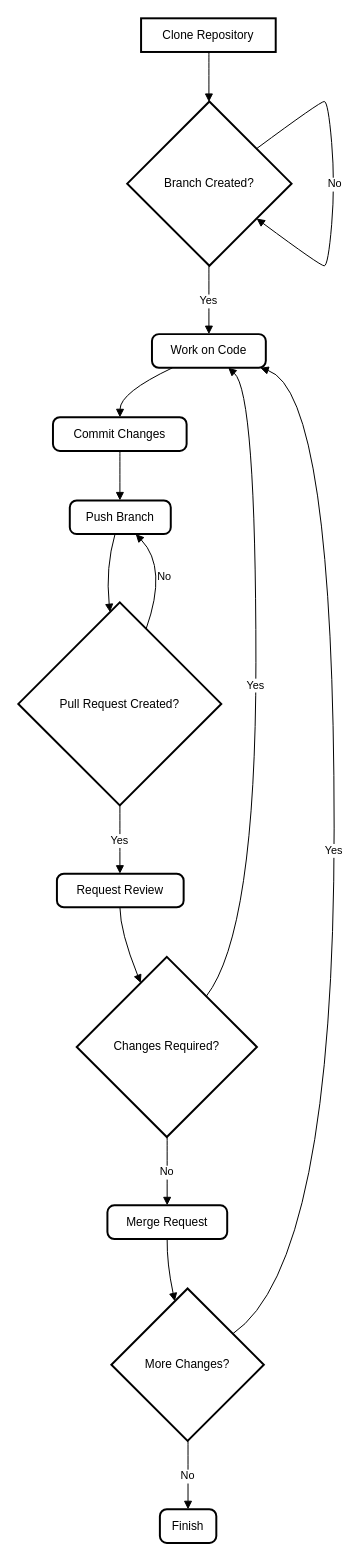
Before: Untitled Diagram.drawio in gauravsfdcdev/Test-branch, a draw.io diagram. Source tidied: cells renumbered, new cells numbered last; positions are measured from the earlier drawing's top-left corner, leaving out a move shared by most shapes. Both pictures are drawn from the tidied source at 99%, with x=0, y=0 at pixel (18, 18).
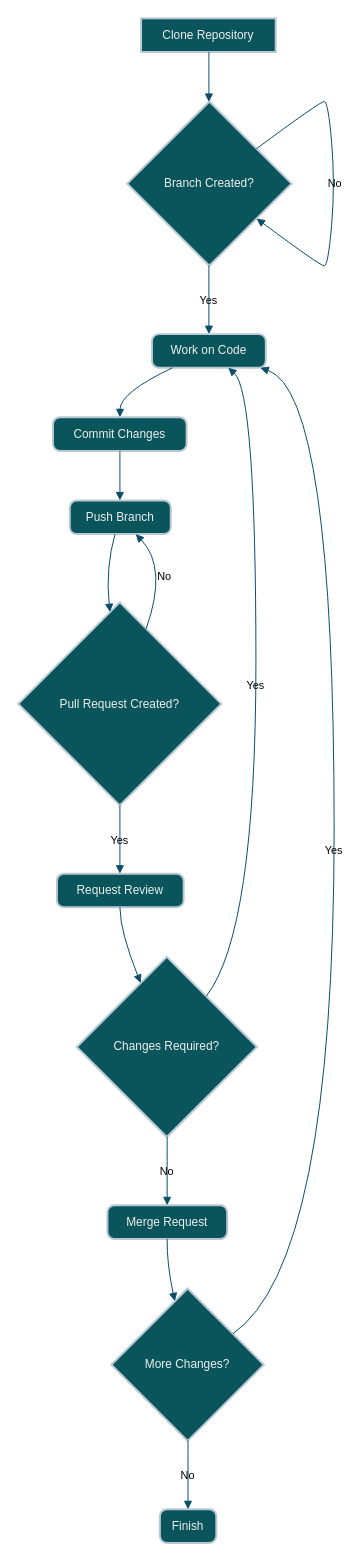
The same diagram, later.

The edit, as a diff of the source:
```diff
@@
-    <mxCell id="2" value="Clone Repository" style="whiteSpace=wrap;strokeWidth=2;" parent="1" vertex="1">
+    <mxCell id="2" value="Clone Repository" style="whiteSpace=wrap;strokeWidth=2;labelBackgroundColor=none;fillColor=#09555B;strokeColor=#BAC8D3;fontColor=#EEEEEE;" parent="1" vertex="1">
       <mxGeometry x="124" width="136" height="34" as="geometry" />
     </mxCell>
-    <mxCell id="3" value="Branch Created?" style="rhombus;strokeWidth=2;whiteSpace=wrap;" parent="1" vertex="1">
+    <mxCell id="3" value="Branch Created?" style="rhombus;strokeWidth=2;whiteSpace=wrap;labelBackgroundColor=none;fillColor=#09555B;strokeColor=#BAC8D3;fontColor=#EEEEEE;" parent="1" vertex="1">
       <mxGeometry x="110" y="84" width="166" height="166" as="geometry" />
     </mxCell>
-    <mxCell id="4" value="Work on Code" style="rounded=1;absoluteArcSize=1;arcSize=14;whiteSpace=wrap;strokeWidth=2;" parent="1" vertex="1">
+    <mxCell id="4" value="Work on Code" style="rounded=1;absoluteArcSize=1;arcSize=14;whiteSpace=wrap;strokeWidth=2;labelBackgroundColor=none;fillColor=#09555B;strokeColor=#BAC8D3;fontColor=#EEEEEE;" parent="1" vertex="1">
       <mxGeometry x="135" y="319" width="115" height="34" as="geometry" />
     </mxCell>
-    <mxCell id="5" value="Commit Changes" style="rounded=1;absoluteArcSize=1;arcSize=14;whiteSpace=wrap;strokeWidth=2;" parent="1" vertex="1">
+    <mxCell id="5" value="Commit Changes" style="rounded=1;absoluteArcSize=1;arcSize=14;whiteSpace=wrap;strokeWidth=2;labelBackgroundColor=none;fillColor=#09555B;strokeColor=#BAC8D3;fontColor=#EEEEEE;" parent="1" vertex="1">
       <mxGeometry x="35" y="403" width="135" height="34" as="geometry" />
     </mxCell>
-    <mxCell id="6" value="Push Branch" style="rounded=1;absoluteArcSize=1;arcSize=14;whiteSpace=wrap;strokeWidth=2;" parent="1" vertex="1">
+    <mxCell id="6" value="Push Branch" style="rounded=1;absoluteArcSize=1;arcSize=14;whiteSpace=wrap;strokeWidth=2;labelBackgroundColor=none;fillColor=#09555B;strokeColor=#BAC8D3;fontColor=#EEEEEE;" parent="1" vertex="1">
       <mxGeometry x="52" y="487" width="102" height="34" as="geometry" />
     </mxCell>
-    <mxCell id="7" value="Pull Request Created?" style="rhombus;strokeWidth=2;whiteSpace=wrap;" parent="1" vertex="1">
+    <mxCell id="7" value="Pull Request Created?" style="rhombus;strokeWidth=2;whiteSpace=wrap;labelBackgroundColor=none;fillColor=#09555B;strokeColor=#BAC8D3;fontColor=#EEEEEE;" parent="1" vertex="1">
       <mxGeometry y="590" width="205" height="205" as="geometry" />
     </mxCell>
-    <mxCell id="8" value="Request Review" style="rounded=1;absoluteArcSize=1;arcSize=14;whiteSpace=wrap;strokeWidth=2;" parent="1" vertex="1">
+    <mxCell id="8" value="Request Review" style="rounded=1;absoluteArcSize=1;arcSize=14;whiteSpace=wrap;strokeWidth=2;labelBackgroundColor=none;fillColor=#09555B;strokeColor=#BAC8D3;fontColor=#EEEEEE;" parent="1" vertex="1">
       <mxGeometry x="39" y="864" width="128" height="34" as="geometry" />
     </mxCell>
-    <mxCell id="9" value="Changes Required?" style="rhombus;strokeWidth=2;whiteSpace=wrap;" parent="1" vertex="1">
+    <mxCell id="9" value="Changes Required?" style="rhombus;strokeWidth=2;whiteSpace=wrap;labelBackgroundColor=none;fillColor=#09555B;strokeColor=#BAC8D3;fontColor=#EEEEEE;" parent="1" vertex="1">
       <mxGeometry x="59" y="948" width="182" height="182" as="geometry" />
     </mxCell>
-    <mxCell id="10" value="Merge Request" style="rounded=1;absoluteArcSize=1;arcSize=14;whiteSpace=wrap;strokeWidth=2;" parent="1" vertex="1">
+    <mxCell id="10" value="Merge Request" style="rounded=1;absoluteArcSize=1;arcSize=14;whiteSpace=wrap;strokeWidth=2;labelBackgroundColor=none;fillColor=#09555B;strokeColor=#BAC8D3;fontColor=#EEEEEE;" parent="1" vertex="1">
       <mxGeometry x="90" y="1199" width="121" height="34" as="geometry" />
     </mxCell>
-    <mxCell id="11" value="More Changes?" style="rhombus;strokeWidth=2;whiteSpace=wrap;" parent="1" vertex="1">
+    <mxCell id="11" value="More Changes?" style="rhombus;strokeWidth=2;whiteSpace=wrap;labelBackgroundColor=none;fillColor=#09555B;strokeColor=#BAC8D3;fontColor=#EEEEEE;" parent="1" vertex="1">
       <mxGeometry x="94" y="1283" width="154" height="154" as="geometry" />
     </mxCell>
-    <mxCell id="12" value="Finish" style="rounded=1;absoluteArcSize=1;arcSize=14;whiteSpace=wrap;strokeWidth=2;" parent="1" vertex="1">
+    <mxCell id="12" value="Finish" style="rounded=1;absoluteArcSize=1;arcSize=14;whiteSpace=wrap;strokeWidth=2;labelBackgroundColor=none;fillColor=#09555B;strokeColor=#BAC8D3;fontColor=#EEEEEE;" parent="1" vertex="1">
       <mxGeometry x="143" y="1506" width="57" height="34" as="geometry" />
     </mxCell>
-    <mxCell id="13" style="curved=1;startArrow=none;endArrow=block;exitX=0.5038918887867647;exitY=1;entryX=0.4971644390060241;entryY=0;rounded=0;" parent="1" edge="1" source="2" target="3">
+    <mxCell id="13" style="curved=1;startArrow=none;endArrow=block;exitX=0.5038918887867647;exitY=1;entryX=0.4971644390060241;entryY=0;rounded=0;labelBackgroundColor=none;strokeColor=#0B4D6A;fontColor=default;flowAnimation=1;" parent="1" edge="1" source="2" target="3">
       <mxGeometry relative="1" as="geometry" />
     </mxCell>
-    <mxCell id="14" value="Yes" style="curved=1;startArrow=none;endArrow=block;exitX=0.4971644390060241;exitY=0.9988704819277109;entryX=0.5002547554347826;entryY=-0.0055147058823529415;rounded=0;" parent="1" edge="1" source="3" target="4">
+    <mxCell id="14" value="Yes" style="curved=1;startArrow=none;endArrow=block;exitX=0.4971644390060241;exitY=0.9988704819277109;entryX=0.5002547554347826;entryY=-0.0055147058823529415;rounded=0;labelBackgroundColor=none;strokeColor=#0B4D6A;fontColor=default;flowAnimation=1;" parent="1" edge="1" source="3" target="4">
       <mxGeometry relative="1" as="geometry" />
     </mxCell>
-    <mxCell id="15" value="No" style="curved=1;startArrow=none;endArrow=block;exitX=0.9965996799698795;exitY=0.1318472087982028;entryX=0.9965996799698795;entryY=0.867023273129508;rounded=0;" parent="1" edge="1" source="3" target="3">
+    <mxCell id="15" value="No" style="curved=1;startArrow=none;endArrow=block;exitX=0.9965996799698795;exitY=0.1318472087982028;entryX=0.9965996799698795;entryY=0.867023273129508;rounded=0;labelBackgroundColor=none;strokeColor=#0B4D6A;fontColor=default;flowAnimation=1;" parent="1" edge="1" source="3" target="3">
       <mxGeometry relative="1" as="geometry">
         <Array as="points">
           <mxPoint x="305" y="84" />
           <mxPoint x="313" y="84" />
           <mxPoint x="320" y="167" />
           <mxPoint x="313" y="250" />
           <mxPoint x="305" y="250" />
         </Array>
       </mxGeometry>
     </mxCell>
-    <mxCell id="16" style="curved=1;startArrow=none;endArrow=block;exitX=0.18380766369047616;exitY=0.9944852941176471;entryX=0.5008969907407408;entryY=-0.0055147058823529415;rounded=0;" parent="1" edge="1" source="4" target="5">
+    <mxCell id="16" style="curved=1;startArrow=none;endArrow=block;exitX=0.18380766369047616;exitY=0.9944852941176471;entryX=0.5008969907407408;entryY=-0.0055147058823529415;rounded=0;labelBackgroundColor=none;strokeColor=#0B4D6A;fontColor=default;flowAnimation=1;" parent="1" edge="1" source="4" target="5">
       <mxGeometry relative="1" as="geometry">
         <Array as="points">
           <mxPoint x="103" y="378" />
         </Array>
       </mxGeometry>
     </mxCell>
-    <mxCell id="17" style="curved=1;startArrow=none;endArrow=block;exitX=0.5008969907407408;exitY=0.9944852941176471;entryX=0.49628523284313725;entryY=-0.0055147058823529415;rounded=0;" parent="1" edge="1" source="5" target="6">
+    <mxCell id="17" style="curved=1;startArrow=none;endArrow=block;exitX=0.5008969907407408;exitY=0.9944852941176471;entryX=0.49628523284313725;entryY=-0.0055147058823529415;rounded=0;labelBackgroundColor=none;strokeColor=#0B4D6A;fontColor=default;flowAnimation=1;" parent="1" edge="1" source="5" target="6">
       <mxGeometry relative="1" as="geometry" />
     </mxCell>
-    <mxCell id="18" style="curved=1;startArrow=none;endArrow=block;exitX=0.448379943603655;exitY=0.9944852941176471;entryX=0.44655006474196496;entryY=-0.0009146341463414635;rounded=0;" parent="1" edge="1" source="6" target="7">
+    <mxCell id="18" style="curved=1;startArrow=none;endArrow=block;exitX=0.448379943603655;exitY=0.9944852941176471;entryX=0.44655006474196496;entryY=-0.0009146341463414635;rounded=0;labelBackgroundColor=none;strokeColor=#0B4D6A;fontColor=default;flowAnimation=1;" parent="1" edge="1" source="6" target="7">
       <mxGeometry relative="1" as="geometry">
         <Array as="points">
           <mxPoint x="88" y="555" />
         </Array>
       </mxGeometry>
     </mxCell>
-    <mxCell id="19" value="Yes" style="curved=1;startArrow=none;endArrow=block;exitX=0.5005907012195122;exitY=1.000266768292683;entryX=0.497039794921875;entryY=0.001608455882352941;rounded=0;" parent="1" edge="1" source="7" target="8">
+    <mxCell id="19" value="Yes" style="curved=1;startArrow=none;endArrow=block;exitX=0.5005907012195122;exitY=1.000266768292683;entryX=0.497039794921875;entryY=0.001608455882352941;rounded=0;labelBackgroundColor=none;strokeColor=#0B4D6A;fontColor=default;flowAnimation=1;" parent="1" edge="1" source="7" target="8">
       <mxGeometry relative="1" as="geometry" />
     </mxCell>
-    <mxCell id="20" value="No" style="curved=1;startArrow=none;endArrow=block;exitX=0.6756969092437377;exitY=-0.0009146341463414635;entryX=0.6515112643965353;entryY=0.9944852941176471;rounded=0;" parent="1" edge="1" source="7" target="6">
+    <mxCell id="20" value="No" style="curved=1;startArrow=none;endArrow=block;exitX=0.6756969092437377;exitY=-0.0009146341463414635;entryX=0.6515112643965353;entryY=0.9944852941176471;rounded=0;labelBackgroundColor=none;strokeColor=#0B4D6A;fontColor=default;flowAnimation=1;" parent="1" edge="1" source="7" target="6">
       <mxGeometry relative="1" as="geometry">
         <Array as="points">
           <mxPoint x="151" y="555" />
         </Array>
       </mxGeometry>
     </mxCell>
-    <mxCell id="21" style="curved=1;startArrow=none;endArrow=block;exitX=0.497039794921875;exitY=1.001608455882353;entryX=0.29617987313315597;entryY=0.00030048076923076925;rounded=0;" parent="1" edge="1" source="8" target="9">
+    <mxCell id="21" style="curved=1;startArrow=none;endArrow=block;exitX=0.497039794921875;exitY=1.001608455882353;entryX=0.29617987313315597;entryY=0.00030048076923076925;rounded=0;labelBackgroundColor=none;strokeColor=#0B4D6A;fontColor=default;flowAnimation=1;" parent="1" edge="1" source="8" target="9">
       <mxGeometry relative="1" as="geometry">
         <Array as="points">
           <mxPoint x="103" y="923" />
         </Array>
       </mxGeometry>
     </mxCell>
-    <mxCell id="22" value="No" style="curved=1;startArrow=none;endArrow=block;exitX=0.5018350789835165;exitY=1.000214629120879;entryX=0.4986279700413223;entryY=0.0011488970588235295;rounded=0;" parent="1" edge="1" source="9" target="10">
+    <mxCell id="22" value="No" style="curved=1;startArrow=none;endArrow=block;exitX=0.5018350789835165;exitY=1.000214629120879;entryX=0.4986279700413223;entryY=0.0011488970588235295;rounded=0;labelBackgroundColor=none;strokeColor=#0B4D6A;fontColor=default;flowAnimation=1;" parent="1" edge="1" source="9" target="10">
       <mxGeometry relative="1" as="geometry" />
     </mxCell>
-    <mxCell id="23" value="Yes" style="curved=1;startArrow=none;endArrow=block;exitX=0.8893632664209739;exitY=0.00030048076923076925;entryX=0.6681883249223601;entryY=0.9944852941176471;rounded=0;" parent="1" edge="1" source="9" target="4">
+    <mxCell id="23" value="Yes" style="curved=1;startArrow=none;endArrow=block;exitX=0.8893632664209739;exitY=0.00030048076923076925;entryX=0.6681883249223601;entryY=0.9944852941176471;rounded=0;labelBackgroundColor=none;strokeColor=#0B4D6A;fontColor=default;flowAnimation=1;" parent="1" edge="1" source="9" target="4">
       <mxGeometry relative="1" as="geometry">
         <Array as="points">
           <mxPoint x="240" y="923" />
           <mxPoint x="240" y="378" />
         </Array>
       </mxGeometry>
     </mxCell>
-    <mxCell id="24" style="curved=1;startArrow=none;endArrow=block;exitX=0.4986279700413223;exitY=1.0011488970588236;entryX=0.3993175236574118;entryY=0.0002536525974025974;rounded=0;" parent="1" edge="1" source="10" target="11">
+    <mxCell id="24" style="curved=1;startArrow=none;endArrow=block;exitX=0.4986279700413223;exitY=1.0011488970588236;entryX=0.3993175236574118;entryY=0.0002536525974025974;rounded=0;labelBackgroundColor=none;strokeColor=#0B4D6A;fontColor=default;flowAnimation=1;" parent="1" edge="1" source="10" target="11">
       <mxGeometry relative="1" as="geometry">
         <Array as="points">
           <mxPoint x="150" y="1258" />
         </Array>
       </mxGeometry>
     </mxCell>
-    <mxCell id="25" value="Yes" style="curved=1;startArrow=none;endArrow=block;exitX=1.004096489448052;exitY=0.15503424379426622;entryX=0.9463796422101448;entryY=0.9944852941176471;rounded=0;" parent="1" edge="1" source="11" target="4">
+    <mxCell id="25" value="Yes" style="curved=1;startArrow=none;endArrow=block;exitX=1.004096489448052;exitY=0.15503424379426622;entryX=0.9463796422101448;entryY=0.9944852941176471;rounded=0;labelBackgroundColor=none;strokeColor=#0B4D6A;fontColor=default;flowAnimation=1;" parent="1" edge="1" source="11" target="4">
       <mxGeometry relative="1" as="geometry">
         <Array as="points">
           <mxPoint x="319" y="1258" />
           <mxPoint x="319" y="378" />
         </Array>
       </mxGeometry>
     </mxCell>
-    <mxCell id="26" value="No" style="curved=1;startArrow=none;endArrow=block;exitX=0.5028028612012987;exitY=1.0028409090909092;entryX=0.49880071271929827;entryY=0.012867647058823529;rounded=0;" parent="1" edge="1" source="11" target="12">
+    <mxCell id="26" value="No" style="curved=1;startArrow=none;endArrow=block;exitX=0.5028028612012987;exitY=1.0028409090909092;entryX=0.49880071271929827;entryY=0.012867647058823529;rounded=0;labelBackgroundColor=none;strokeColor=#0B4D6A;fontColor=default;flowAnimation=1;" parent="1" edge="1" source="11" target="12">
       <mxGeometry relative="1" as="geometry" />
     </mxCell>
```
